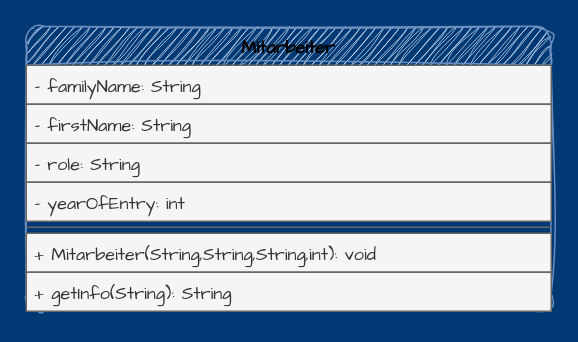
Before: mitarbeiter.drawio in Marlediv/02d_CodeLab_2, a draw.io diagram. Source tidied: cells renumbered, new cells numbered last; positions are measured from the earlier drawing's top-left corner, leaving out a move shared by most shapes. Both pictures are drawn from the tidied source at 150%, with x=0, y=0 at pixel (26, 26).
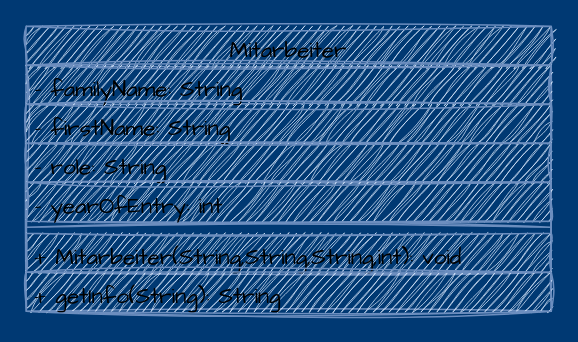
Above is the later version.

The edit, as a diff of the source:
```diff
@@
 <mxGraphModel background="#003973">
   <root>
     <mxCell id="0" />
     <mxCell id="1" parent="0" />
-    <mxCell id="2" value="Mitarbeiter" style="swimlane;fontStyle=1;align=center;verticalAlign=top;horizontal=1;startSize=26;sketch=1;curveFitting=1;jiggle=2;rounded=1;fillColor=#dae8fc;strokeColor=#6c8ebf;fontFamily=Architects Daughter;labelBackgroundColor=none;" parent="1" vertex="1">
+    <mxCell id="2" value="Mitarbeiter" style="swimlane;fontStyle=0;align=center;verticalAlign=top;horizontal=1;startSize=26;rounded=0;fillColor=#dae8fc;strokeColor=#6c8ebf;fontFamily=Architects Daughter;labelBackgroundColor=none;sketch=1;curveFitting=1;jiggle=2;fontSize=15;" parent="1" vertex="1">
       <mxGeometry width="350" height="190" as="geometry" />
     </mxCell>
-    <mxCell id="3" value="- familyName: String" style="text;strokeColor=#666666;fillColor=#f5f5f5;align=left;verticalAlign=top;spacingLeft=4;spacingRight=4;overflow=hidden;fontFamily=Architects Daughter;labelBackgroundColor=none;fontColor=#333333;" parent="2" vertex="1">
+    <mxCell id="3" value="- familyName: String" style="text;strokeColor=#6c8ebf;fillColor=#dae8fc;align=left;verticalAlign=top;spacingLeft=4;spacingRight=4;overflow=hidden;fontFamily=Architects Daughter;labelBackgroundColor=none;rounded=0;sketch=1;curveFitting=1;jiggle=2;fontStyle=0;horizontal=1;fontSize=15;" parent="2" vertex="1">
       <mxGeometry y="26" width="350" height="26" as="geometry" />
     </mxCell>
-    <mxCell id="4" value="- firstName: String" style="text;strokeColor=#666666;fillColor=#f5f5f5;align=left;verticalAlign=top;spacingLeft=4;spacingRight=4;overflow=hidden;fontFamily=Architects Daughter;labelBackgroundColor=none;fontColor=#333333;" parent="2" vertex="1">
+    <mxCell id="4" value="- firstName: String" style="text;strokeColor=#6c8ebf;fillColor=#dae8fc;align=left;verticalAlign=top;spacingLeft=4;spacingRight=4;overflow=hidden;fontFamily=Architects Daughter;labelBackgroundColor=none;rounded=0;sketch=1;curveFitting=1;jiggle=2;fontStyle=0;horizontal=1;fontSize=15;" parent="2" vertex="1">
       <mxGeometry y="52" width="350" height="26" as="geometry" />
     </mxCell>
-    <mxCell id="5" value="- role: String&#10;" style="text;strokeColor=#666666;fillColor=#f5f5f5;align=left;verticalAlign=top;spacingLeft=4;spacingRight=4;overflow=hidden;fontFamily=Architects Daughter;labelBackgroundColor=none;fontColor=#333333;" parent="2" vertex="1">
+    <mxCell id="5" value="- role: String&#10;" style="text;strokeColor=#6c8ebf;fillColor=#dae8fc;align=left;verticalAlign=top;spacingLeft=4;spacingRight=4;overflow=hidden;fontFamily=Architects Daughter;labelBackgroundColor=none;rounded=0;sketch=1;curveFitting=1;jiggle=2;fontStyle=0;horizontal=1;fontSize=15;" parent="2" vertex="1">
       <mxGeometry y="78" width="350" height="26" as="geometry" />
     </mxCell>
-    <mxCell id="6" value="- yearOfEntry: int" style="text;strokeColor=#666666;fillColor=#f5f5f5;align=left;verticalAlign=top;spacingLeft=4;spacingRight=4;overflow=hidden;fontFamily=Architects Daughter;labelBackgroundColor=none;fontColor=#333333;" parent="2" vertex="1">
+    <mxCell id="6" value="- yearOfEntry: int" style="text;strokeColor=#6c8ebf;fillColor=#dae8fc;align=left;verticalAlign=top;spacingLeft=4;spacingRight=4;overflow=hidden;fontFamily=Architects Daughter;labelBackgroundColor=none;rounded=0;sketch=1;curveFitting=1;jiggle=2;fontStyle=0;horizontal=1;fontSize=15;" parent="2" vertex="1">
       <mxGeometry y="104" width="350" height="26" as="geometry" />
     </mxCell>
-    <mxCell id="7" style="line;strokeWidth=1;fillColor=#f5f5f5;align=left;verticalAlign=middle;spacingTop=-1;spacingLeft=3;spacingRight=3;labelPosition=right;fontFamily=Architects Daughter;labelBackgroundColor=none;strokeColor=#666666;fontColor=#333333;" parent="2" vertex="1">
+    <mxCell id="7" style="line;strokeWidth=1;fillColor=#dae8fc;align=left;verticalAlign=middle;spacingTop=-1;spacingLeft=3;spacingRight=3;labelPosition=right;fontFamily=Architects Daughter;labelBackgroundColor=none;strokeColor=#6c8ebf;rounded=0;sketch=1;curveFitting=1;jiggle=2;fontStyle=0;horizontal=1;fontSize=15;" parent="2" vertex="1">
       <mxGeometry y="130" width="350" height="8" as="geometry" />
     </mxCell>
-    <mxCell id="8" value="+ Mitarbeiter(String,String,String,int): void" style="text;strokeColor=#666666;fillColor=#f5f5f5;align=left;verticalAlign=top;spacingLeft=4;spacingRight=4;overflow=hidden;fontFamily=Architects Daughter;labelBackgroundColor=none;fontColor=#333333;" parent="2" vertex="1">
+    <mxCell id="8" value="+ Mitarbeiter(String,String,String,int): void" style="text;strokeColor=#6c8ebf;fillColor=#dae8fc;align=left;verticalAlign=top;spacingLeft=4;spacingRight=4;overflow=hidden;fontFamily=Architects Daughter;labelBackgroundColor=none;rounded=0;sketch=1;curveFitting=1;jiggle=2;fontStyle=0;horizontal=1;fontSize=15;" parent="2" vertex="1">
       <mxGeometry y="138" width="350" height="26" as="geometry" />
     </mxCell>
-    <mxCell id="9" value="+ getInfo(String): String" style="text;strokeColor=#666666;fillColor=#f5f5f5;align=left;verticalAlign=top;spacingLeft=4;spacingRight=4;overflow=hidden;fontFamily=Architects Daughter;labelBackgroundColor=none;fontColor=#333333;" parent="2" vertex="1">
+    <mxCell id="9" value="+ getInfo(String): String" style="text;strokeColor=#6c8ebf;fillColor=#dae8fc;align=left;verticalAlign=top;spacingLeft=4;spacingRight=4;overflow=hidden;fontFamily=Architects Daughter;labelBackgroundColor=none;rounded=0;sketch=1;curveFitting=1;jiggle=2;fontStyle=0;horizontal=1;fontSize=15;" parent="2" vertex="1">
       <mxGeometry y="164" width="350" height="26" as="geometry" />
     </mxCell>
   </root>
 </mxGraphModel>
```
